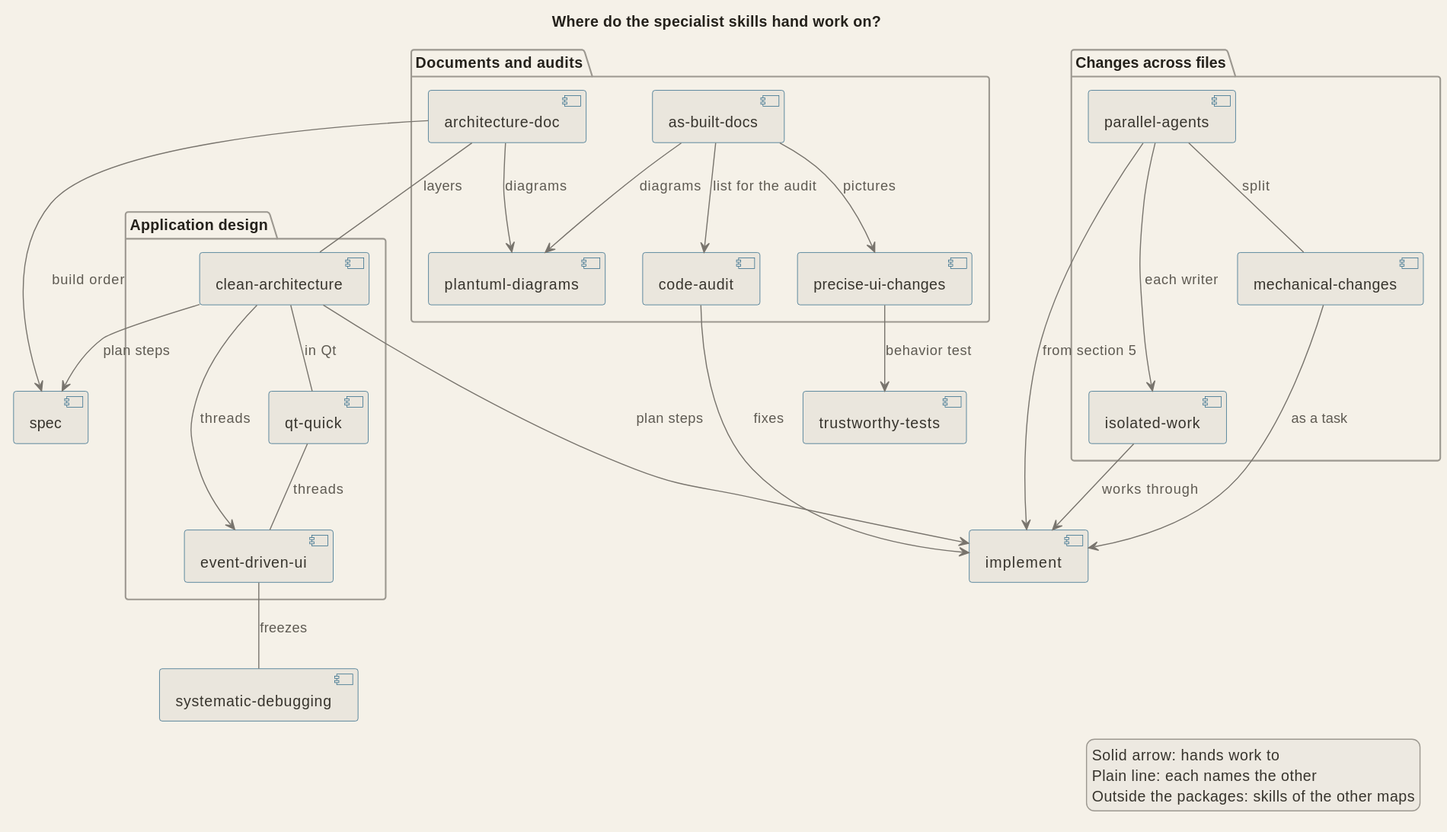
This is docs/diagrams/arch_skills_specialist.svg from signorenne/dotagents, a PlantUML export, as it was before one commit.
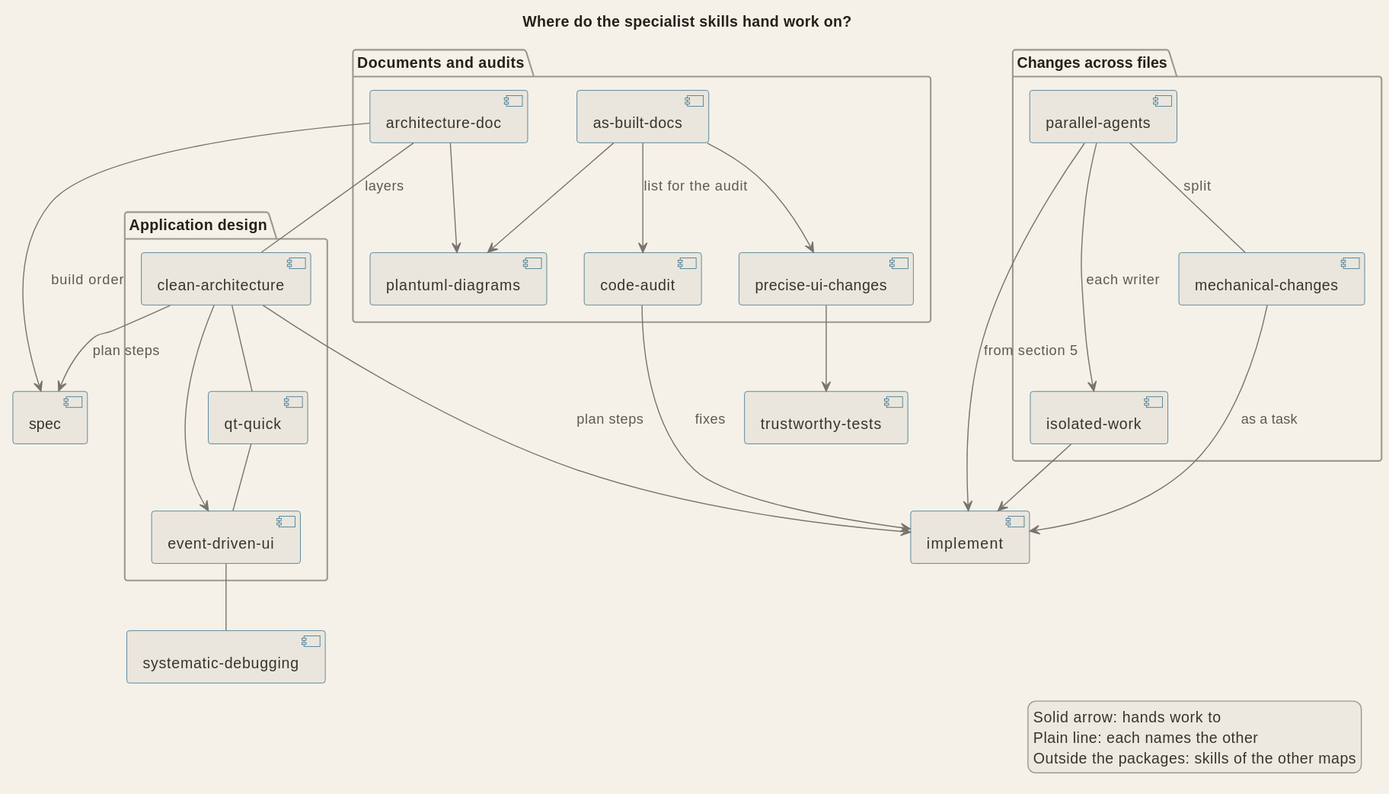
The same file after the commit.

Commit message:
docs(diagrams): remove the crossings and title overlaps of the component diagrams

Change to the diagram source:
```diff
@@ -27,26 +27,26 @@
 component "trustworthy-tests" as tests
 component "implement" as implement
 
-archdoc --> puml : diagrams
-asbuilt --> puml : diagrams
-asbuilt --> preciseui : pictures
+archdoc --> puml
+asbuilt --> puml
+asbuilt --> preciseui
 asbuilt --> audit : list for the audit
 archdoc --> spec : build order
 archdoc -- clean : layers
 audit --> implement : fixes
-preciseui --> tests : behavior test
+preciseui --> tests
 
 parallel -- mech : split
 mech --> implement : as a task
 parallel --> implement : from section 5
 parallel ---> isolated : each writer
-isolated --> implement : works through
+isolated --> implement
 mech -[hidden]down- isolated
 
-clean -- qt : in Qt
-clean --> events : threads
-qt -- events : threads
-events -- debug : freezes
+clean -- qt
+clean --> events
+qt -- events
+events -- debug
 clean --> spec : plan steps
 clean ---> implement : plan steps
 
```
